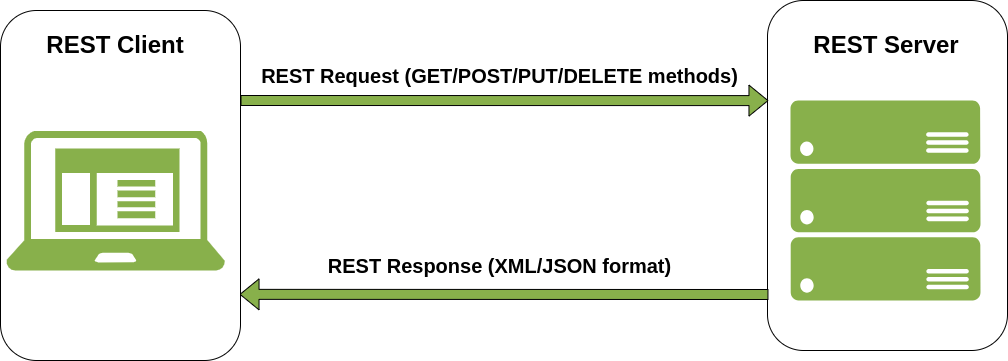
Earlier version of the draw.io export src/assets/RestApi/images/rest_api.png (JankariTech/blog). Source tidied: cells renumbered, new cells last; positions are measured from the earlier drawing's top-left corner, leaving out a move shared by most shapes.
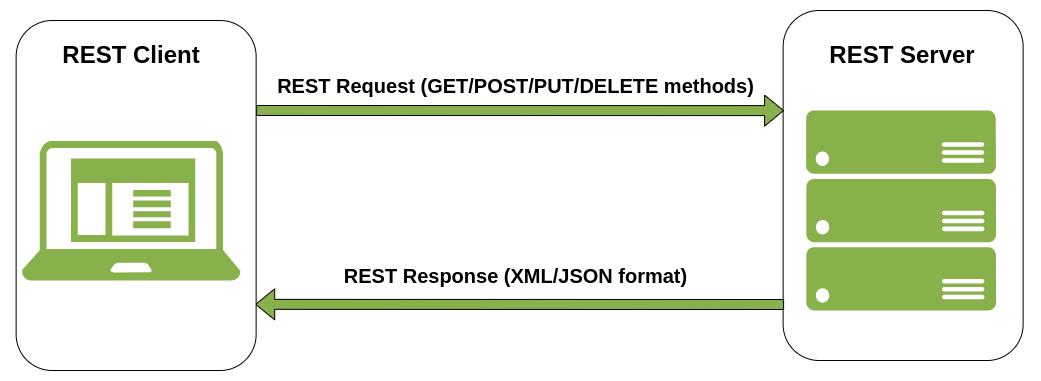
Above is the later version.

Commit message:
addressed reviews

What changed in the source:
```diff
@@ -2,46 +2,46 @@
   <root>
     <mxCell id="0" />
     <mxCell id="1" parent="0" />
-    <mxCell id="2" style="group;" parent="1" vertex="1">
-      <mxGeometry width="1007" height="360" as="geometry" />
-    </mxCell>
-    <mxCell id="3" style="group;" parent="2" vertex="1">
-      <mxGeometry x="767" width="240" height="350" as="geometry" />
-    </mxCell>
-    <mxCell id="4" style="rounded=1;whiteSpace=wrap;html=1;" parent="3" vertex="1">
-      <mxGeometry width="240" height="350" as="geometry" />
-    </mxCell>
+    <mxCell id="15" style="rounded=0;whiteSpace=wrap;html=1;strokeColor=#FFFFFF;" parent="1" vertex="1">
+      <mxGeometry x="140" y="420" width="1040" height="380" as="geometry" />
+    </mxCell>
+    <mxCell id="16" style="group;" parent="1" vertex="1">
+      <mxGeometry x="922.6" y="430" width="240" height="350" as="geometry" />
+    </mxCell>
+    <mxCell id="17" style="rounded=1;whiteSpace=wrap;html=1;" parent="16" vertex="1">
+      <mxGeometry width="240" height="350" as="geometry" />
+    </mxCell>
-    <mxCell id="5" value="&lt;h1&gt;REST Server&lt;/h1&gt;" style="text;html=1;align=center;verticalAlign=middle;whiteSpace=wrap;rounded=0;" parent="3" vertex="1">
+    <mxCell id="5" value="&lt;h1&gt;REST Server&lt;/h1&gt;" style="text;html=1;align=center;verticalAlign=middle;whiteSpace=wrap;rounded=0;" parent="16" vertex="1">
       <mxGeometry x="24" y="30" width="190" height="30" as="geometry" />
     </mxCell>
-    <mxCell id="6" style="verticalLabelPosition=bottom;html=1;verticalAlign=top;align=center;strokeColor=none;fillColor=#88b04b;shape=mxgraph.azure.server_rack;" parent="3" vertex="1">
+    <mxCell id="6" style="verticalLabelPosition=bottom;html=1;verticalAlign=top;align=center;strokeColor=none;fillColor=#88b04b;shape=mxgraph.azure.server_rack;" parent="16" vertex="1">
       <mxGeometry x="23" y="100" width="190" height="200" as="geometry" />
     </mxCell>
-    <mxCell id="7" style="shape=flexArrow;endArrow=classic;html=1;rounded=0;entryX=0.004;entryY=0.286;entryDx=0;entryDy=0;entryPerimeter=0;fillColor=#88B04B;fillStyle=solid;gradientColor=none;" parent="2" edge="1" target="4">
-      <mxGeometry relative="1" as="geometry">
-        <mxPoint x="240" y="100" as="sourcePoint" />
-      </mxGeometry>
-    </mxCell>
-    <mxCell id="8" style="shape=flexArrow;endArrow=classic;html=1;rounded=0;entryX=0.996;entryY=0.811;entryDx=0;entryDy=0;entryPerimeter=0;fillColor=#88B04B;fillStyle=solid;gradientColor=none;exitX=0.004;exitY=0.84;exitDx=0;exitDy=0;exitPerimeter=0;" parent="2" edge="1" source="4" target="11">
-      <mxGeometry relative="1" as="geometry" />
-    </mxCell>
+    <mxCell id="18" style="shape=flexArrow;endArrow=classic;html=1;rounded=0;entryX=0.004;entryY=0.286;entryDx=0;entryDy=0;entryPerimeter=0;fillColor=#88B04B;fillStyle=solid;gradientColor=none;" parent="1" edge="1" target="17">
+      <mxGeometry relative="1" as="geometry">
+        <mxPoint x="395.6" y="530" as="sourcePoint" />
+      </mxGeometry>
+    </mxCell>
+    <mxCell id="19" style="shape=flexArrow;endArrow=classic;html=1;rounded=0;entryX=0.996;entryY=0.811;entryDx=0;entryDy=0;entryPerimeter=0;fillColor=#88B04B;fillStyle=solid;gradientColor=none;exitX=0.004;exitY=0.84;exitDx=0;exitDy=0;exitPerimeter=0;" parent="1" edge="1" source="17" target="21">
+      <mxGeometry relative="1" as="geometry" />
+    </mxCell>
-    <mxCell id="9" value="&lt;h1 style=&quot;font-size: 20px;&quot;&gt;REST Request (GET/POST/PUT/DELETE methods)&lt;/h1&gt;" style="text;html=1;align=center;verticalAlign=middle;whiteSpace=wrap;rounded=0;fontSize=20;" parent="2" vertex="1">
-      <mxGeometry x="259" y="60" width="481" height="30" as="geometry" />
+    <mxCell id="9" value="&lt;h1 style=&quot;font-size: 20px;&quot;&gt;REST Request (GET/POST/PUT/DELETE methods)&lt;/h1&gt;" style="text;html=1;align=center;verticalAlign=middle;whiteSpace=wrap;rounded=0;fontSize=20;" parent="1" vertex="1">
+      <mxGeometry x="414.6" y="490" width="481" height="30" as="geometry" />
     </mxCell>
-    <mxCell id="10" style="group;" parent="2" vertex="1">
-      <mxGeometry y="10" width="240" height="350" as="geometry" />
-    </mxCell>
-    <mxCell id="11" style="rounded=1;whiteSpace=wrap;html=1;" parent="10" vertex="1">
-      <mxGeometry width="240" height="350" as="geometry" />
-    </mxCell>
+    <mxCell id="20" style="group;" parent="1" vertex="1">
+      <mxGeometry x="155.6" y="440" width="240" height="350" as="geometry" />
+    </mxCell>
+    <mxCell id="21" style="rounded=1;whiteSpace=wrap;html=1;" parent="20" vertex="1">
+      <mxGeometry width="240" height="350" as="geometry" />
+    </mxCell>
-    <mxCell id="12" value="&lt;h1&gt;REST Client&lt;/h1&gt;" style="text;html=1;align=center;verticalAlign=middle;whiteSpace=wrap;rounded=0;" parent="10" vertex="1">
+    <mxCell id="12" value="&lt;h1&gt;REST Client&lt;/h1&gt;" style="text;html=1;align=center;verticalAlign=middle;whiteSpace=wrap;rounded=0;" parent="20" vertex="1">
       <mxGeometry x="20" y="20" width="190" height="30" as="geometry" />
     </mxCell>
-    <mxCell id="13" style="sketch=0;shadow=0;dashed=0;html=1;strokeColor=none;labelPosition=center;verticalLabelPosition=bottom;verticalAlign=top;align=center;fillColor=#88b04b;shape=mxgraph.mscae.enterprise.client_application;" parent="10" vertex="1">
+    <mxCell id="13" style="sketch=0;shadow=0;dashed=0;html=1;strokeColor=none;labelPosition=center;verticalLabelPosition=bottom;verticalAlign=top;align=center;fillColor=#88b04b;shape=mxgraph.mscae.enterprise.client_application;" parent="20" vertex="1">
       <mxGeometry x="5.6" y="120" width="218.8" height="140" as="geometry" />
     </mxCell>
-    <mxCell id="14" value="&lt;h1 style=&quot;font-size: 20px;&quot;&gt;REST Response (XML/JSON format)&lt;/h1&gt;" style="text;html=1;align=center;verticalAlign=middle;whiteSpace=wrap;rounded=0;fontSize=20;" parent="2" vertex="1">
-      <mxGeometry x="259" y="250" width="481" height="30" as="geometry" />
+    <mxCell id="14" value="&lt;h1 style=&quot;font-size: 20px;&quot;&gt;REST Response (XML/JSON format)&lt;/h1&gt;" style="text;html=1;align=center;verticalAlign=middle;whiteSpace=wrap;rounded=0;fontSize=20;" parent="1" vertex="1">
+      <mxGeometry x="414.6" y="680" width="481" height="30" as="geometry" />
     </mxCell>
   </root>
 </mxGraphModel>
```
